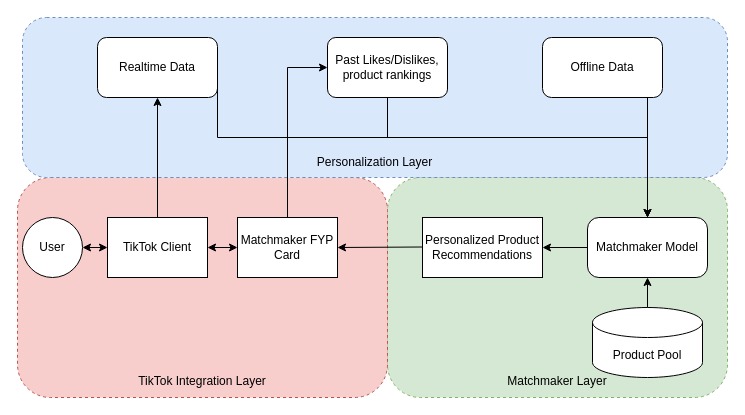
This is match.drawio from daytona65/techjam24, a draw.io file, before an edit. Source tidied: cells renumbered, new cells numbered last; positions are measured from the earlier drawing's top-left corner, leaving out a move shared by most shapes. Both pictures are drawn from the tidied source at 100%, with x=0, y=0 at pixel (17, 17).
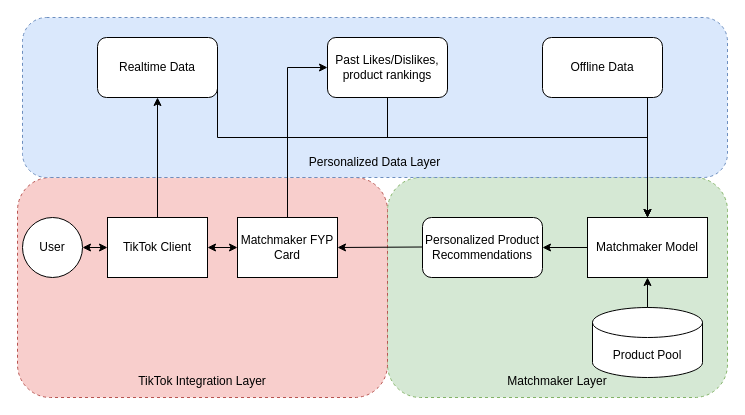
Above is the later version.

The edit, as a diff of the source:
```diff
@@
-    <mxCell id="8" value="&lt;div&gt;&lt;br&gt;&lt;/div&gt;&lt;div&gt;&lt;br&gt;&lt;/div&gt;&lt;div&gt;&lt;br&gt;&lt;/div&gt;&lt;div&gt;&lt;br&gt;&lt;/div&gt;&lt;div&gt;&lt;br&gt;&lt;/div&gt;&lt;div&gt;&lt;br&gt;&lt;/div&gt;&lt;div&gt;&lt;br&gt;&lt;/div&gt;&lt;div&gt;&lt;br&gt;&lt;/div&gt;&lt;div&gt;&lt;br&gt;&lt;/div&gt;&lt;div&gt;Personalization Layer&lt;/div&gt;" style="rounded=1;whiteSpace=wrap;html=1;strokeColor=#6c8ebf;dashed=1;fillColor=#dae8fc;" parent="1" vertex="1">
+    <mxCell id="8" value="&lt;div&gt;&lt;br&gt;&lt;/div&gt;&lt;div&gt;&lt;br&gt;&lt;/div&gt;&lt;div&gt;&lt;br&gt;&lt;/div&gt;&lt;div&gt;&lt;br&gt;&lt;/div&gt;&lt;div&gt;&lt;br&gt;&lt;/div&gt;&lt;div&gt;&lt;br&gt;&lt;/div&gt;&lt;div&gt;&lt;br&gt;&lt;/div&gt;&lt;div&gt;&lt;br&gt;&lt;/div&gt;&lt;div&gt;&lt;br&gt;&lt;/div&gt;&lt;div&gt;Personalized Data Layer&lt;/div&gt;" style="rounded=1;whiteSpace=wrap;html=1;strokeColor=#6c8ebf;dashed=1;fillColor=#dae8fc;" parent="1" vertex="1">
       <mxGeometry x="5" width="705" height="160" as="geometry" />
     </mxCell>
@@
-    <mxCell id="10" value="Personalized Product Recommendations" style="rounded=0;whiteSpace=wrap;html=1;" parent="1" vertex="1">
+    <mxCell id="10" value="Personalized Product Recommendations" style="rounded=1;whiteSpace=wrap;html=1;" parent="1" vertex="1">
       <mxGeometry x="405" y="200" width="120" height="60" as="geometry" />
     </mxCell>
-    <mxCell id="11" value="Matchmaker Model" style="rounded=1;whiteSpace=wrap;html=1;arcSize=19;" parent="1" vertex="1">
+    <mxCell id="11" value="Matchmaker Model" style="rounded=1;whiteSpace=wrap;html=1;arcSize=0;" parent="1" vertex="1">
       <mxGeometry x="570" y="200" width="120" height="60" as="geometry" />
     </mxCell>
```
